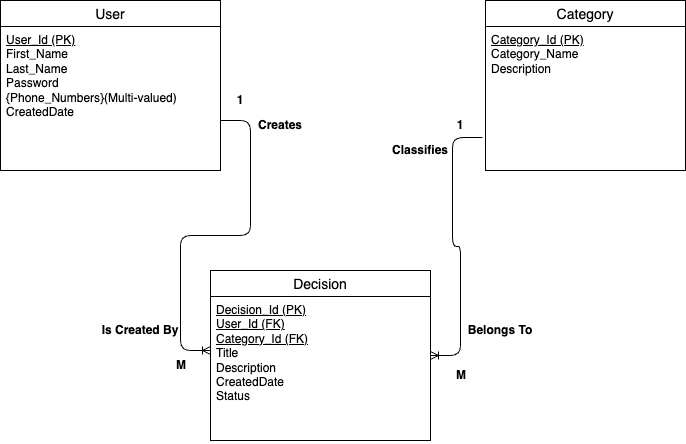
nirmala-sharma/decision-log keeps this draw.io diagram as images/erd.png. Above is the earlier version. Source tidied: cells renumbered, new cells last; positions are measured from the earlier drawing's top-left corner, leaving out a move shared by most shapes.
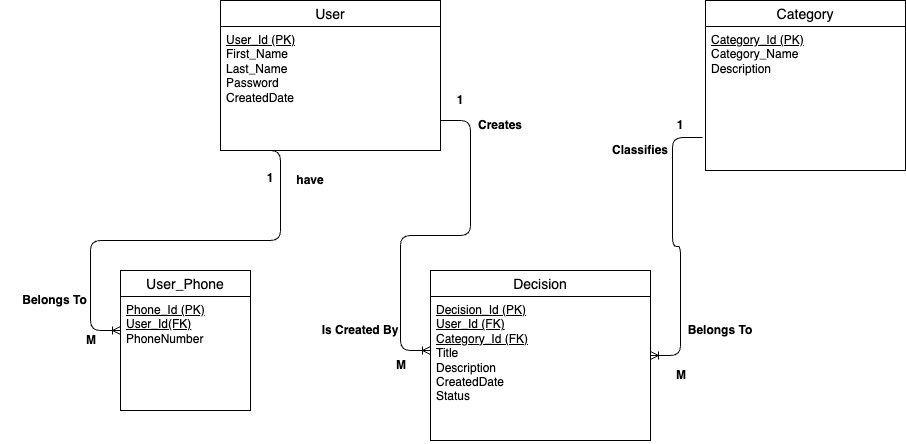
The same file after the commit.

Commit message:
Add SQL tables for database and update ERD

Diff of the diagram source:
```diff
@@ -3,10 +3,10 @@
     <mxCell id="0" />
     <mxCell id="1" parent="0" />
     <mxCell id="2" value="User" style="swimlane;fontStyle=0;horizontal=1;startSize=26;align=center;fontSize=14;" parent="1" vertex="1">
-      <mxGeometry width="220" height="170" as="geometry" />
+      <mxGeometry width="220" height="150" as="geometry" />
     </mxCell>
-    <mxCell id="3" value="&lt;u&gt;User_Id (PK)&lt;/u&gt;&lt;div&gt;First_Name&lt;/div&gt;&lt;div&gt;Last_Name&lt;/div&gt;&lt;div&gt;Password&lt;/div&gt;&lt;div&gt;{Phone_Numbers}(Multi-valued)&lt;/div&gt;&lt;div&gt;CreatedDate&lt;/div&gt;" style="text;strokeColor=none;fillColor=none;spacingLeft=4;spacingRight=4;overflow=hidden;fontSize=12;whiteSpace=wrap;html=1;" parent="2" vertex="1">
-      <mxGeometry y="26" width="220" height="144" as="geometry" />
+    <mxCell id="3" value="&lt;u&gt;User_Id (PK)&lt;/u&gt;&lt;div&gt;First_Name&lt;/div&gt;&lt;div&gt;Last_Name&lt;/div&gt;&lt;div&gt;Password&lt;/div&gt;&lt;div&gt;CreatedDate&lt;/div&gt;" style="text;strokeColor=none;fillColor=none;spacingLeft=4;spacingRight=4;overflow=hidden;fontSize=12;whiteSpace=wrap;html=1;" parent="2" vertex="1">
+      <mxGeometry y="26" width="220" height="124" as="geometry" />
     </mxCell>
     <mxCell id="4" value="Decision" style="swimlane;fontStyle=0;horizontal=1;startSize=26;align=center;fontSize=14;" parent="1" vertex="1">
       <mxGeometry x="210" y="270" width="220" height="170" as="geometry" />
@@ -66,5 +66,44 @@
     <mxCell id="17" value="&lt;b&gt;Belongs To&lt;/b&gt;" style="text;html=1;align=center;verticalAlign=middle;whiteSpace=wrap;rounded=0;" parent="1" vertex="1">
       <mxGeometry x="460" y="300" width="80" height="60" as="geometry" />
     </mxCell>
+    <mxCell id="18" value="User_Phone" style="swimlane;fontStyle=0;horizontal=1;startSize=26;align=center;fontSize=14;" parent="1" vertex="1">
+      <mxGeometry x="-100" y="270" width="130" height="140" as="geometry" />
+    </mxCell>
+    <mxCell id="19" value="&lt;u&gt;Phone_Id (PK)&lt;/u&gt;&lt;div&gt;&lt;u&gt;User_Id(FK)&lt;br&gt;&lt;/u&gt;&lt;div&gt;PhoneNumber&lt;/div&gt;&lt;/div&gt;" style="text;strokeColor=none;fillColor=none;spacingLeft=4;spacingRight=4;overflow=hidden;fontSize=12;whiteSpace=wrap;html=1;" parent="18" vertex="1">
+      <mxGeometry y="26" width="130" height="114" as="geometry" />
+    </mxCell>
+    <mxCell id="20" style="edgeStyle=entityRelationEdgeStyle;fontSize=12;html=1;endArrow=ERoneToMany;exitX=0.166;exitY=1;exitDx=0;exitDy=0;exitPerimeter=0;" parent="1" edge="1">
+      <mxGeometry relative="1" as="geometry">
+        <mxPoint x="30" y="150" as="sourcePoint" />
+        <mxPoint x="-100" y="330" as="targetPoint" />
+        <Array as="points">
+          <mxPoint x="-26.5" y="103" />
+          <mxPoint x="-26.5" y="223" />
+          <mxPoint x="-36.5" y="113" />
+          <mxPoint x="-36.5" y="73" />
+          <mxPoint x="-120" y="330" />
+          <mxPoint x="-110" y="320" />
+          <mxPoint x="-100" y="330" />
+          <mxPoint x="13.5" y="203" />
+          <mxPoint x="63.5" y="203" />
+          <mxPoint x="-106.5" y="193" />
+          <mxPoint x="-86.5" y="73" />
+          <mxPoint x="-86.5" y="143" />
+          <mxPoint x="-56.5" y="173" />
+        </Array>
+      </mxGeometry>
+    </mxCell>
+    <mxCell id="21" value="&lt;b&gt;1&lt;/b&gt;" style="text;html=1;align=center;verticalAlign=middle;whiteSpace=wrap;rounded=0;" parent="1" vertex="1">
+      <mxGeometry x="20" y="155" width="60" height="45" as="geometry" />
+    </mxCell>
+    <mxCell id="22" value="&lt;b&gt;M&lt;/b&gt;" style="text;strokeColor=none;fillColor=none;align=left;verticalAlign=middle;spacingLeft=4;spacingRight=4;overflow=hidden;whiteSpace=wrap;html=1;" parent="1" vertex="1">
+      <mxGeometry x="-140" y="325" width="80" height="30" as="geometry" />
+    </mxCell>
+    <mxCell id="23" value="&lt;b&gt;have&lt;/b&gt;" style="text;html=1;align=center;verticalAlign=middle;whiteSpace=wrap;rounded=0;" parent="1" vertex="1">
+      <mxGeometry x="60" y="150" width="60" height="60" as="geometry" />
+    </mxCell>
+    <mxCell id="24" value="&lt;b&gt;Belongs To&lt;/b&gt;" style="text;html=1;align=center;verticalAlign=middle;whiteSpace=wrap;rounded=0;" parent="1" vertex="1">
+      <mxGeometry x="-220" y="270" width="109" height="60" as="geometry" />
+    </mxCell>
   </root>
 </mxGraphModel>
```
